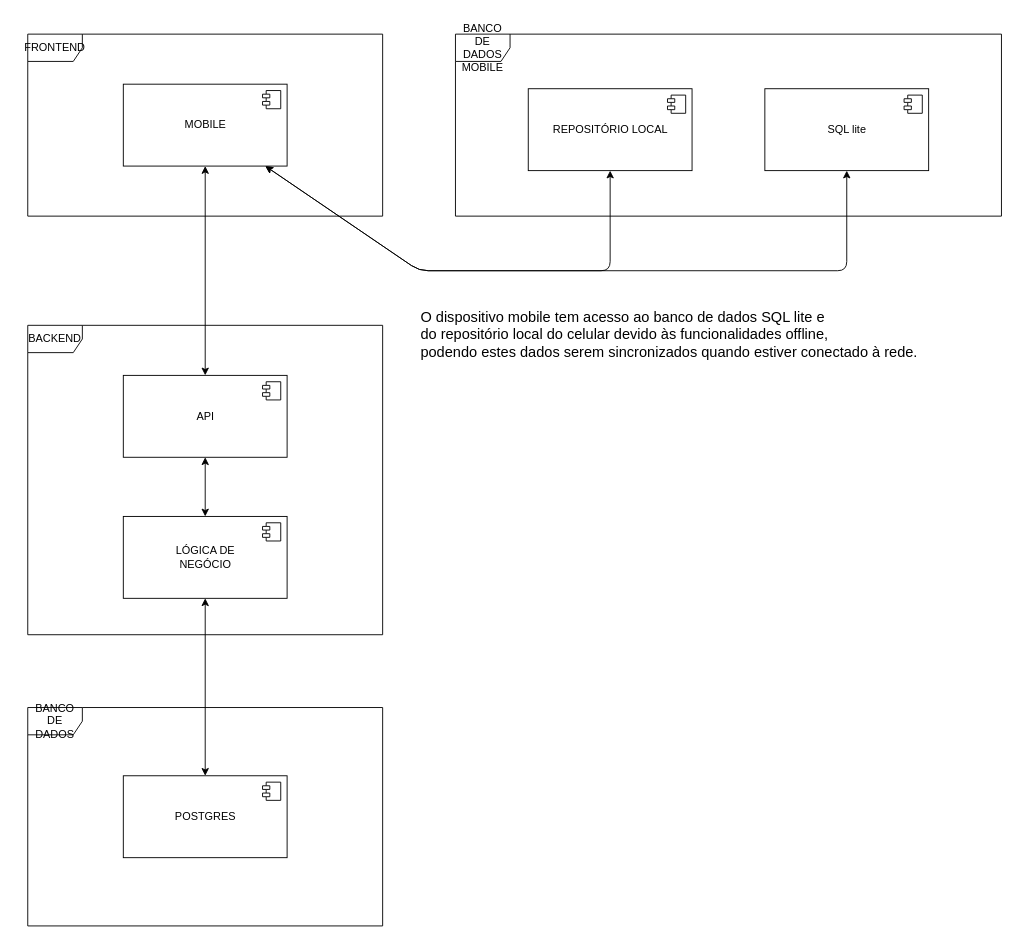
Earlier version of the draw.io diagram docs/diagrama_arquitetura.drawio (raisson-souza/morfeus-backend). Source tidied: cells renumbered, new cells numbered last; positions are measured from the earlier drawing's top-left corner, leaving out a move shared by most shapes. Both pictures are drawn from the tidied source at 91%, with x=0, y=0 at pixel (27, 34).
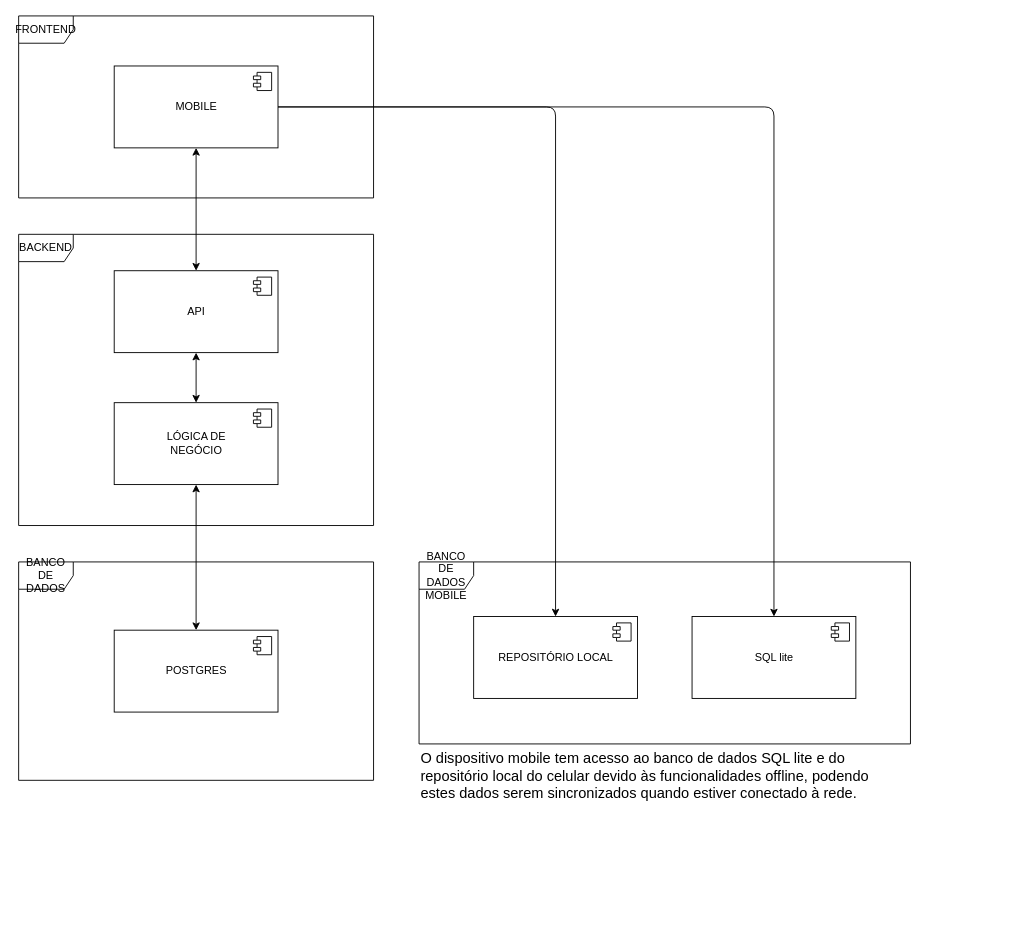
After the change.

Commit message (it also covers changes not shown here):
- Diagrama de arquitetura reajustado; - Criado diagrama de arquitetura para apresentação;

Diff of the diagram source:
```diff
@@
     <mxCell id="2" value="BANCO DE DADOS&lt;br&gt;MOBILE" style="shape=umlFrame;whiteSpace=wrap;html=1;" parent="1" vertex="1">
-      <mxGeometry x="470" width="600" height="200" as="geometry" />
+      <mxGeometry x="430" y="580" width="540" height="200" as="geometry" />
     </mxCell>
     <mxCell id="3" value="FRONTEND" style="shape=umlFrame;whiteSpace=wrap;html=1;" parent="1" vertex="1">
-      <mxGeometry width="390" height="200" as="geometry" />
+      <mxGeometry x="-10" y="-20" width="390" height="200" as="geometry" />
     </mxCell>
@@
-    <mxCell id="5" style="edgeStyle=none;html=1;entryX=0.5;entryY=1;entryDx=0;entryDy=0;startArrow=classic;startFill=1;endArrow=classic;endFill=1;" parent="1" edge="1" source="7" target="19">
-      <mxGeometry relative="1" as="geometry">
-        <Array as="points">
-          <mxPoint x="430" y="260" />
-          <mxPoint x="640" y="260" />
-        </Array>
-      </mxGeometry>
-    </mxCell>
-    <mxCell id="6" style="edgeStyle=none;html=1;entryX=0.5;entryY=1;entryDx=0;entryDy=0;startArrow=classic;startFill=1;endArrow=classic;endFill=1;" parent="1" edge="1" source="7" target="21">
-      <mxGeometry relative="1" as="geometry">
-        <Array as="points">
-          <mxPoint x="430" y="260" />
-          <mxPoint x="900" y="260" />
-        </Array>
-      </mxGeometry>
-    </mxCell>
-    <mxCell id="7" value="MOBILE" style="html=1;" parent="1" vertex="1">
-      <mxGeometry x="105" y="55" width="180" height="90" as="geometry" />
-    </mxCell>
-    <mxCell id="8" style="shape=module;jettyWidth=8;jettyHeight=4;" parent="7" vertex="1">
-      <mxGeometry x="1" width="20" height="20" relative="1" as="geometry">
-        <mxPoint x="-27" y="7" as="offset" />
-      </mxGeometry>
-    </mxCell>
     <mxCell id="9" value="BACKEND" style="shape=umlFrame;whiteSpace=wrap;html=1;" parent="1" vertex="1">
-      <mxGeometry y="320" width="390" height="340" as="geometry" />
+      <mxGeometry x="-10" y="220" width="390" height="320" as="geometry" />
     </mxCell>
@@
     <mxCell id="11" value="API" style="html=1;" parent="1" vertex="1">
-      <mxGeometry x="105" y="375" width="180" height="90" as="geometry" />
+      <mxGeometry x="95" y="260" width="180" height="90" as="geometry" />
     </mxCell>
@@
     <mxCell id="14" value="LÓGICA DE&lt;br&gt;NEGÓCIO" style="html=1;" parent="1" vertex="1">
-      <mxGeometry x="105" y="530" width="180" height="90" as="geometry" />
+      <mxGeometry x="95" y="405" width="180" height="90" as="geometry" />
     </mxCell>
@@
     <mxCell id="16" value="BANCO DE DADOS" style="shape=umlFrame;whiteSpace=wrap;html=1;" parent="1" vertex="1">
-      <mxGeometry y="740" width="390" height="240" as="geometry" />
+      <mxGeometry x="-10" y="580" width="390" height="240" as="geometry" />
     </mxCell>
     <mxCell id="17" value="POSTGRES" style="html=1;" parent="1" vertex="1">
-      <mxGeometry x="105" y="815" width="180" height="90" as="geometry" />
+      <mxGeometry x="95" y="655" width="180" height="90" as="geometry" />
     </mxCell>
@@
     <mxCell id="19" value="REPOSITÓRIO LOCAL" style="html=1;" parent="1" vertex="1">
-      <mxGeometry x="550" y="60" width="180" height="90" as="geometry" />
+      <mxGeometry x="490" y="640" width="180" height="90" as="geometry" />
     </mxCell>
@@
     <mxCell id="21" value="SQL lite" style="html=1;" parent="1" vertex="1">
-      <mxGeometry x="810" y="60" width="180" height="90" as="geometry" />
+      <mxGeometry x="730" y="640" width="180" height="90" as="geometry" />
     </mxCell>
@@
-    <mxCell id="23" value="&lt;font style=&quot;font-size: 16px;&quot;&gt;O dispositivo mobile tem acesso ao banco de dados SQL lite e&lt;br&gt;do repositório local do celular devido às funcionalidades offline,&lt;br&gt;podendo estes dados serem sincronizados quando estiver conectado à rede.&lt;/font&gt;" style="text;html=1;align=left;verticalAlign=middle;strokeColor=none;fillColor=none;" parent="1" vertex="1">
-      <mxGeometry x="430" y="295" width="570" height="70" as="geometry" />
+    <mxCell id="23" value="&lt;font style=&quot;font-size: 16px;&quot;&gt;O dispositivo mobile tem acesso ao banco de dados SQL lite e do&lt;br&gt;repositório local do celular devido às funcionalidades offline, podendo&lt;br&gt;estes dados serem sincronizados quando estiver conectado à rede.&lt;/font&gt;" style="text;html=1;align=left;verticalAlign=middle;strokeColor=none;fillColor=none;" parent="1" vertex="1">
+      <mxGeometry x="430" y="780" width="520" height="70" as="geometry" />
     </mxCell>
+    <mxCell id="6" style="edgeStyle=none;html=1;entryX=0.5;entryY=0;entryDx=0;entryDy=0;" parent="1" edge="1" source="7" target="19">
+      <mxGeometry relative="1" as="geometry">
+        <Array as="points">
+          <mxPoint x="580" y="80" />
+        </Array>
+      </mxGeometry>
+    </mxCell>
+    <mxCell id="24" style="edgeStyle=none;html=1;entryX=0.5;entryY=0;entryDx=0;entryDy=0;" parent="1" edge="1" source="7" target="21">
+      <mxGeometry relative="1" as="geometry">
+        <Array as="points">
+          <mxPoint x="820" y="80" />
+        </Array>
+      </mxGeometry>
+    </mxCell>
+    <mxCell id="7" value="MOBILE" style="html=1;" parent="1" vertex="1">
+      <mxGeometry x="95" y="35" width="180" height="90" as="geometry" />
+    </mxCell>
+    <mxCell id="8" style="shape=module;jettyWidth=8;jettyHeight=4;" parent="7" vertex="1">
+      <mxGeometry x="1" width="20" height="20" relative="1" as="geometry">
+        <mxPoint x="-27" y="7" as="offset" />
+      </mxGeometry>
+    </mxCell>
```
